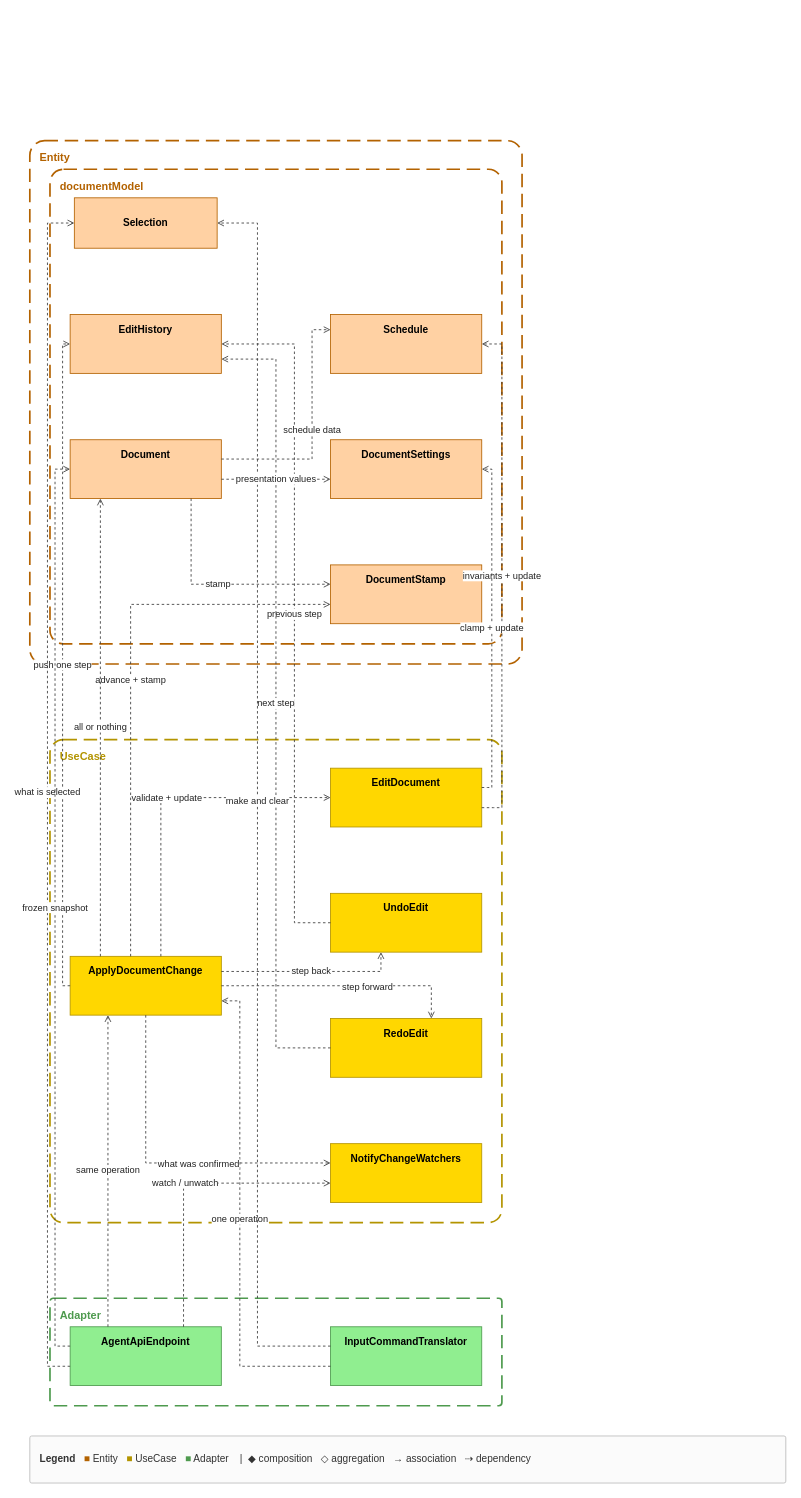
Before: docs/spec/_assets/source/view-write.drawio in GoodRelax/gr-scheduler, a draw.io diagram. Source tidied: cells renumbered, new cells numbered last; positions are measured from the earlier drawing's top-left corner, leaving out a move shared by most shapes. Both pictures are drawn from the tidied source at 84%, with x=0, y=0 at pixel (29, 140).
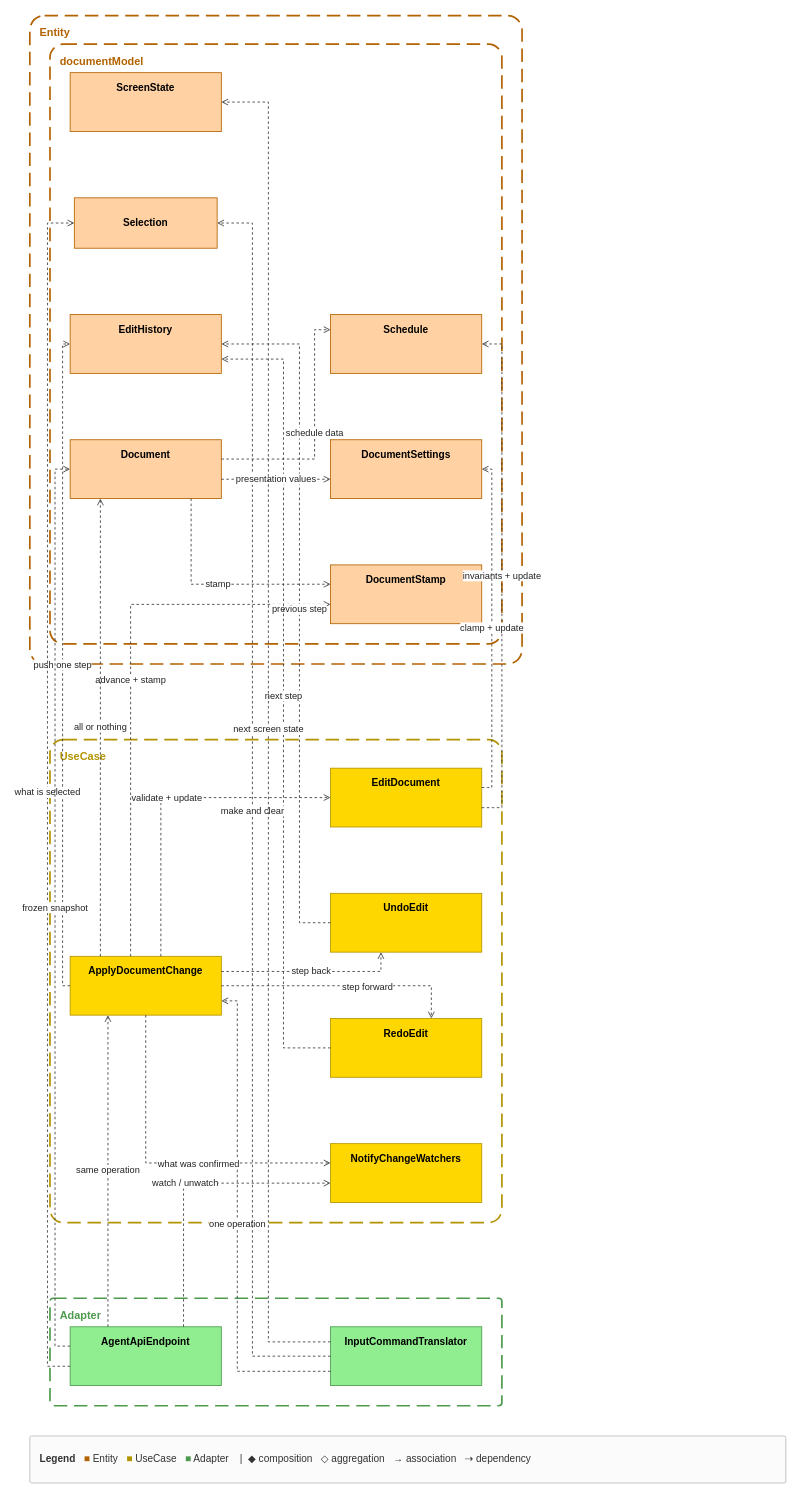
Above is the later version.

The change refers to these unchanged cells:
```xml
<mxCell id="7" value="&lt;b&gt;InputCommandTranslator&lt;/b&gt;" style="rounded=0;whiteSpace=wrap;html=1;verticalAlign=top;spacingTop=4;fillColor=#90EE90;strokeColor=#4E9A4E;" parent="1" vertex="1">
  <mxGeometry x="358" y="1412" width="180" height="70" as="geometry" />
</mxCell>
<mxCell id="8" value="&lt;b&gt;ApplyDocumentChange&lt;/b&gt;" style="rounded=0;whiteSpace=wrap;html=1;verticalAlign=top;spacingTop=4;fillColor=#FFD700;strokeColor=#B39400;" parent="1" vertex="1">
  <mxGeometry x="48" y="971" width="180" height="70" as="geometry" />
</mxCell>
<mxCell id="10" value="&lt;b&gt;UndoEdit&lt;/b&gt;" style="rounded=0;whiteSpace=wrap;html=1;verticalAlign=top;spacingTop=4;fillColor=#FFD700;strokeColor=#B39400;" parent="1" vertex="1">
  <mxGeometry x="358" y="896" width="180" height="70" as="geometry" />
</mxCell>
<mxCell id="11" value="&lt;b&gt;RedoEdit&lt;/b&gt;" style="rounded=0;whiteSpace=wrap;html=1;verticalAlign=top;spacingTop=4;fillColor=#FFD700;strokeColor=#B39400;" parent="1" vertex="1">
  <mxGeometry x="358" y="1045" width="180" height="70" as="geometry" />
</mxCell>
<mxCell id="13" value="&lt;b&gt;Document&lt;/b&gt;" style="rounded=0;whiteSpace=wrap;html=1;verticalAlign=top;spacingTop=4;fillColor=#FFD1A3;strokeColor=#B36200;" parent="1" vertex="1">
  <mxGeometry x="48" y="356" width="180" height="70" as="geometry" />
</mxCell>
<mxCell id="14" value="&lt;b&gt;Schedule&lt;/b&gt;" style="rounded=0;whiteSpace=wrap;html=1;verticalAlign=top;spacingTop=4;fillColor=#FFD1A3;strokeColor=#B36200;" parent="1" vertex="1">
  <mxGeometry x="358" y="207" width="180" height="70" as="geometry" />
</mxCell>
<mxCell id="17" value="&lt;b&gt;EditHistory&lt;/b&gt;" style="rounded=0;whiteSpace=wrap;html=1;verticalAlign=top;spacingTop=4;fillColor=#FFD1A3;strokeColor=#B36200;" parent="1" vertex="1">
  <mxGeometry x="48" y="207" width="180" height="70" as="geometry" />
</mxCell>
<mxCell id="18" value="&lt;b&gt;Selection&lt;/b&gt;" style="rounded=0;whiteSpace=wrap;html=1;fillColor=#FFD1A3;strokeColor=#B36200;" parent="1" vertex="1">
  <mxGeometry x="53" y="68" width="170" height="60" as="geometry" />
</mxCell>
```

Diff of the diagram source:
```diff
@@
     <mxCell id="2" value="Entity" style="rounded=1;arcSize=3;fillColor=none;strokeColor=#B36200;dashed=1;dashPattern=8 4;strokeWidth=2;verticalAlign=top;align=left;spacingLeft=10;spacingTop=6;fontStyle=1;fontColor=#B36200;fontSize=13;html=1;" parent="1" vertex="1">
-      <mxGeometry width="586" height="623" as="geometry" />
+      <mxGeometry y="-149" width="586" height="772" as="geometry" />
     </mxCell>
     <mxCell id="3" value="documentModel" style="rounded=1;arcSize=3;fillColor=none;strokeColor=#B36200;dashed=1;dashPattern=8 4;strokeWidth=2;verticalAlign=top;align=left;spacingLeft=10;spacingTop=6;fontStyle=1;fontColor=#B36200;fontSize=13;html=1;" parent="1" vertex="1">
-      <mxGeometry x="24" y="34" width="538" height="565" as="geometry" />
+      <mxGeometry x="24" y="-115" width="538" height="714" as="geometry" />
     </mxCell>
@@
+    <mxCell id="42" value="&lt;b&gt;ScreenState&lt;/b&gt;" style="rounded=0;whiteSpace=wrap;html=1;verticalAlign=top;spacingTop=4;fillColor=#FFD1A3;strokeColor=#B36200;" parent="1" vertex="1">
+      <mxGeometry x="48" y="-81" width="180" height="70" as="geometry" />
+    </mxCell>
     <mxCell id="19" value="one operation" style="edgeStyle=orthogonalEdgeStyle;rounded=0;html=1;strokeColor=#3A3A3A;fontSize=11;fontColor=#222222;labelBackgroundColor=#FFFFFF;endArrow=open;dashed=1;" parent="1" edge="1" source="7" target="8">
       <mxGeometry relative="1" as="geometry">
         <Array as="points">
-          <mxPoint x="305" y="1459" />
-          <mxPoint x="250" y="1459" />
-          <mxPoint x="250" y="1459" />
-          <mxPoint x="250" y="1459" />
-          <mxPoint x="250" y="1024" />
-          <mxPoint x="250" y="1024" />
-          <mxPoint x="250" y="1024" />
-          <mxPoint x="241" y="1024" />
+          <mxPoint x="304" y="1465" />
+          <mxPoint x="247" y="1465" />
+          <mxPoint x="247" y="1465" />
+          <mxPoint x="247" y="1465" />
+          <mxPoint x="247" y="1024" />
+          <mxPoint x="247" y="1024" />
+          <mxPoint x="247" y="1024" />
+          <mxPoint x="239" y="1024" />
         </Array>
       </mxGeometry>
     </mxCell>
@@
     <mxCell id="30" value="previous step" style="edgeStyle=orthogonalEdgeStyle;rounded=0;html=1;strokeColor=#3A3A3A;fontSize=11;fontColor=#222222;labelBackgroundColor=#FFFFFF;endArrow=open;dashed=1;" parent="1" edge="1" source="10" target="17">
       <mxGeometry relative="1" as="geometry">
         <Array as="points">
-          <mxPoint x="334" y="931" />
-          <mxPoint x="315" y="931" />
-          <mxPoint x="315" y="931" />
-          <mxPoint x="315" y="931" />
-          <mxPoint x="315" y="242" />
-          <mxPoint x="315" y="242" />
-          <mxPoint x="315" y="242" />
-          <mxPoint x="272" y="242" />
+          <mxPoint x="337" y="931" />
+          <mxPoint x="321" y="931" />
+          <mxPoint x="321" y="931" />
+          <mxPoint x="321" y="931" />
+          <mxPoint x="321" y="242" />
+          <mxPoint x="321" y="242" />
+          <mxPoint x="321" y="242" />
+          <mxPoint x="274" y="242" />
         </Array>
       </mxGeometry>
     </mxCell>
     <mxCell id="31" value="next step" style="edgeStyle=orthogonalEdgeStyle;rounded=0;html=1;strokeColor=#3A3A3A;fontSize=11;fontColor=#222222;labelBackgroundColor=#FFFFFF;endArrow=open;dashed=1;" parent="1" edge="1" source="11" target="17">
       <mxGeometry relative="1" as="geometry">
         <Array as="points">
-          <mxPoint x="324" y="1080" />
-          <mxPoint x="293" y="1080" />
-          <mxPoint x="293" y="1080" />
-          <mxPoint x="293" y="1080" />
-          <mxPoint x="293" y="260" />
-          <mxPoint x="293" y="260" />
-          <mxPoint x="293" y="260" />
-          <mxPoint x="262" y="260" />
+          <mxPoint x="328" y="1080" />
+          <mxPoint x="302" y="1080" />
+          <mxPoint x="302" y="1080" />
+          <mxPoint x="302" y="1080" />
+          <mxPoint x="302" y="260" />
+          <mxPoint x="302" y="260" />
+          <mxPoint x="302" y="260" />
+          <mxPoint x="266" y="260" />
         </Array>
       </mxGeometry>
     </mxCell>
@@
     <mxCell id="35" value="make and clear" style="edgeStyle=orthogonalEdgeStyle;rounded=0;html=1;strokeColor=#3A3A3A;fontSize=11;fontColor=#222222;labelBackgroundColor=#FFFFFF;endArrow=open;dashed=1;" parent="1" edge="1" source="7" target="18">
       <mxGeometry relative="1" as="geometry">
         <Array as="points">
-          <mxPoint x="314" y="1435" />
-          <mxPoint x="271" y="1435" />
-          <mxPoint x="271" y="1435" />
-          <mxPoint x="271" y="1435" />
-          <mxPoint x="271" y="98" />
-          <mxPoint x="271" y="98" />
-          <mxPoint x="271" y="98" />
-          <mxPoint x="249" y="98" />
+          <mxPoint x="312" y="1447" />
+          <mxPoint x="265" y="1447" />
+          <mxPoint x="265" y="1447" />
+          <mxPoint x="265" y="1447" />
+          <mxPoint x="265" y="98" />
+          <mxPoint x="265" y="98" />
+          <mxPoint x="265" y="98" />
+          <mxPoint x="246" y="98" />
         </Array>
       </mxGeometry>
     </mxCell>
@@
     <mxCell id="38" value="schedule data" style="edgeStyle=orthogonalEdgeStyle;rounded=0;html=1;strokeColor=#3A3A3A;fontSize=11;fontColor=#222222;labelBackgroundColor=#FFFFFF;endArrow=open;dashed=1;" parent="1" edge="1" source="13" target="14">
       <mxGeometry relative="1" as="geometry">
         <Array as="points">
-          <mxPoint x="281" y="379" />
-          <mxPoint x="336" y="379" />
-          <mxPoint x="336" y="379" />
-          <mxPoint x="336" y="379" />
-          <mxPoint x="336" y="225" />
-          <mxPoint x="336" y="225" />
-          <mxPoint x="336" y="225" />
-          <mxPoint x="345" y="225" />
+          <mxPoint x="282" y="379" />
+          <mxPoint x="339" y="379" />
+          <mxPoint x="339" y="379" />
+          <mxPoint x="339" y="379" />
+          <mxPoint x="339" y="225" />
+          <mxPoint x="339" y="225" />
+          <mxPoint x="339" y="225" />
+          <mxPoint x="347" y="225" />
         </Array>
       </mxGeometry>
     </mxCell>
@@
+    <mxCell id="43" value="next screen state" style="edgeStyle=orthogonalEdgeStyle;rounded=0;html=1;strokeColor=#3A3A3A;fontSize=11;fontColor=#222222;labelBackgroundColor=#FFFFFF;endArrow=open;dashed=1;" parent="1" edge="1" source="7" target="42">
+      <mxGeometry relative="1" as="geometry">
+        <Array as="points">
+          <mxPoint x="320" y="1430" />
+          <mxPoint x="284" y="1430" />
+          <mxPoint x="284" y="1430" />
+          <mxPoint x="284" y="1430" />
+          <mxPoint x="284" y="-46" />
+          <mxPoint x="284" y="-46" />
+          <mxPoint x="284" y="-46" />
+          <mxPoint x="258" y="-46" />
+        </Array>
+      </mxGeometry>
+    </mxCell>
```
